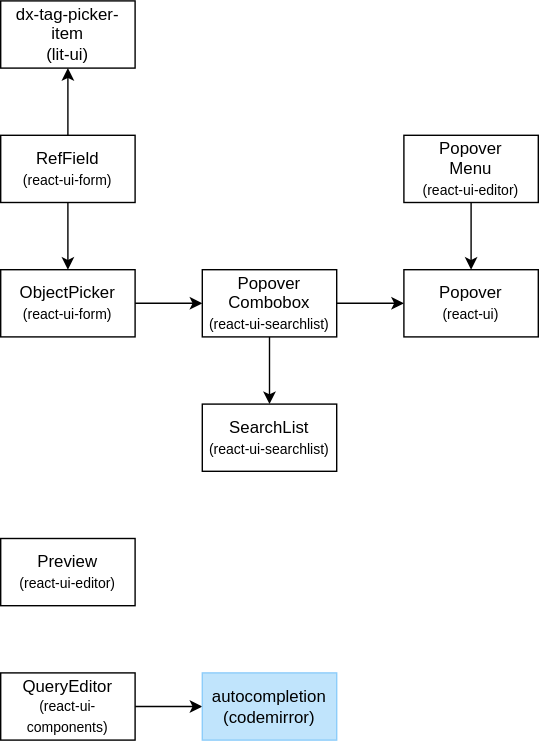
dxos/dxos keeps this draw.io diagram as packages/ui/react-ui-components/docs/components.drawio.svg. Above is the earlier version. Source tidied: cells renumbered, new cells last; positions are measured from the earlier drawing's top-left corner, leaving out a move shared by most shapes.
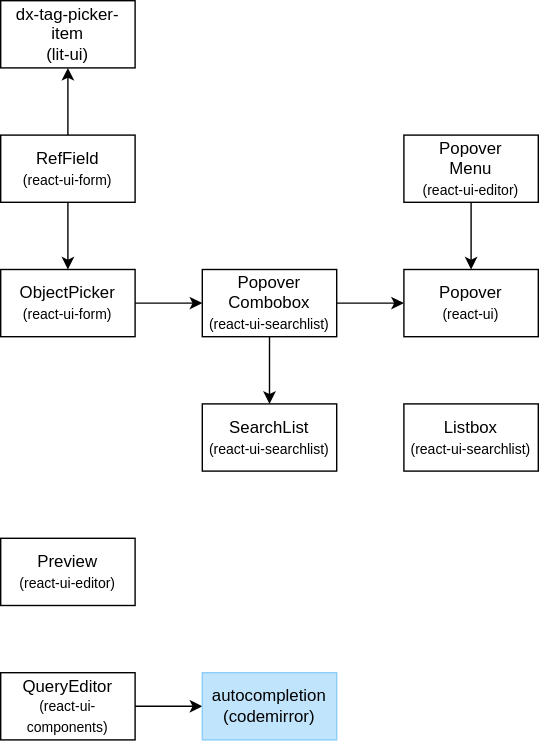
Above is the later version.

Commit message:
docs: add Listbox component to architecture diagram

Diff of the diagram source:
```diff
@@ -53,5 +53,8 @@
     <mxCell id="18" value="Preview&lt;br&gt;&lt;font style=&quot;font-size: 10px;&quot;&gt;(react-ui-editor)&lt;/font&gt;" style="rounded=0;whiteSpace=wrap;html=1;" parent="1" vertex="1">
       <mxGeometry y="384" width="96" height="48" as="geometry" />
     </mxCell>
+    <mxCell id="19" value="Listbox&lt;br&gt;&lt;font style=&quot;font-size: 10px;&quot;&gt;(react-ui-searchlist)&lt;/font&gt;" style="rounded=0;whiteSpace=wrap;html=1;" parent="1" vertex="1">
+      <mxGeometry x="288" y="288" width="96" height="48" as="geometry" />
+    </mxCell>
   </root>
 </mxGraphModel>
```
